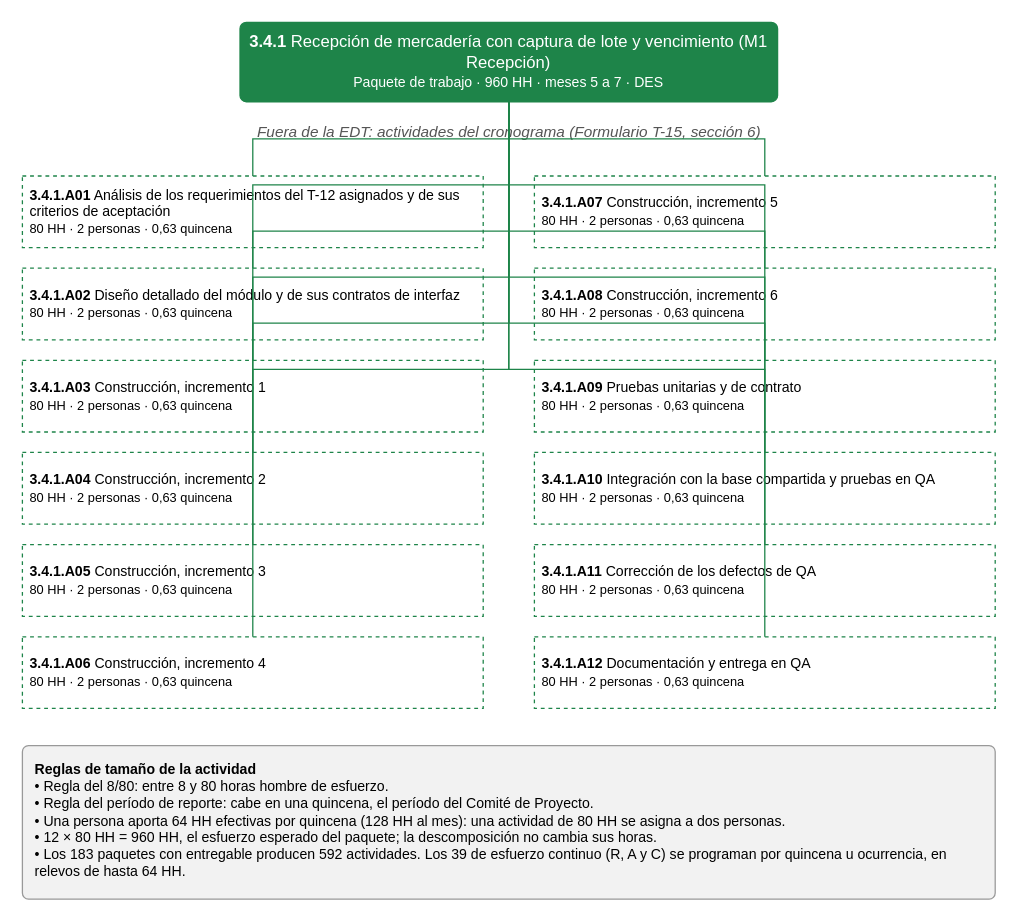
PatricioH315/LafroX keeps this draw.io diagram as page "Regla 8/80: paquete 3.4.1" (17 of 17) of 07_PlanDeTrabajo_EDT_Cronograma_Implantación/EDT_Puelche.drawio. Above is the earlier version. Source tidied: cells renumbered, new cells numbered last; positions are measured from the earlier drawing's top-left corner, leaving out a move shared by most shapes. Both pictures are drawn from the tidied source at 128%, with x=0, y=0 at pixel (22, 22).
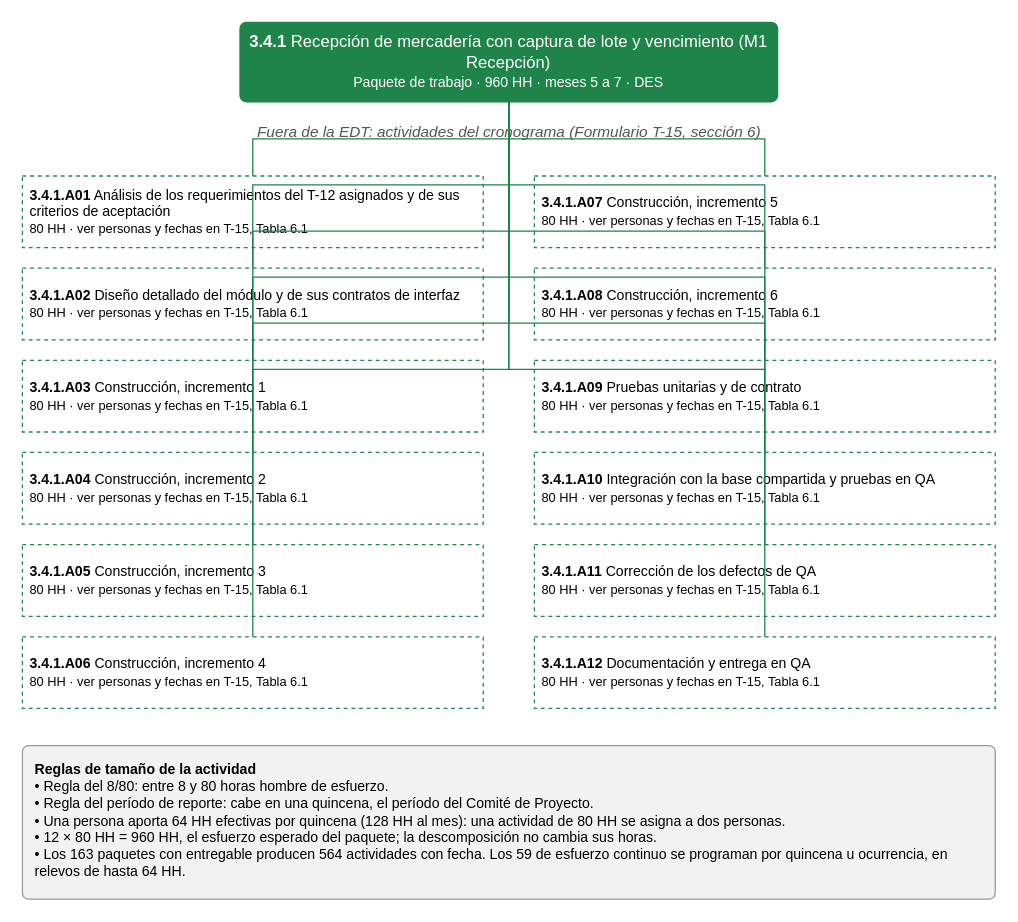
After the change.

Commit message (it also covers changes not shown here):
SD7 cronograma por actividad y SD8 cuantitativo

The edit, as a diff of the source:
```diff
@@
-    <mxCell id="4" value="&lt;b&gt;3.4.1.A01&lt;/b&gt; Análisis de los requerimientos del T-12 asignados y de sus criterios de aceptación&lt;br&gt;&lt;span style=&quot;font-size:10px&quot;&gt;80 HH · 2 personas · 0,63 quincena&lt;/span&gt;" style="rounded=0;whiteSpace=wrap;html=1;fillColor=#FFFFFF;strokeColor=#1E8449;dashed=1;fontSize=11;fontFamily=Arial;align=left;spacingLeft=4;" parent="1" vertex="1">
+    <mxCell id="4" value="&lt;b&gt;3.4.1.A01&lt;/b&gt; Análisis de los requerimientos del T-12 asignados y de sus criterios de aceptación&lt;br&gt;&lt;span style=&quot;font-size:10px&quot;&gt;80 HH · ver personas y fechas en T-15, Tabla 6.1&lt;/span&gt;" style="rounded=0;whiteSpace=wrap;html=1;fillColor=#FFFFFF;strokeColor=#1E8449;dashed=1;fontSize=11;fontFamily=Arial;align=left;spacingLeft=4;" parent="1" vertex="1">
       <mxGeometry y="120" width="360" height="56" as="geometry" />
     </mxCell>
@@
-    <mxCell id="6" value="&lt;b&gt;3.4.1.A02&lt;/b&gt; Diseño detallado del módulo y de sus contratos de interfaz&lt;br&gt;&lt;span style=&quot;font-size:10px&quot;&gt;80 HH · 2 personas · 0,63 quincena&lt;/span&gt;" style="rounded=0;whiteSpace=wrap;html=1;fillColor=#FFFFFF;strokeColor=#1E8449;dashed=1;fontSize=11;fontFamily=Arial;align=left;spacingLeft=4;" parent="1" vertex="1">
+    <mxCell id="6" value="&lt;b&gt;3.4.1.A02&lt;/b&gt; Diseño detallado del módulo y de sus contratos de interfaz&lt;br&gt;&lt;span style=&quot;font-size:10px&quot;&gt;80 HH · ver personas y fechas en T-15, Tabla 6.1&lt;/span&gt;" style="rounded=0;whiteSpace=wrap;html=1;fillColor=#FFFFFF;strokeColor=#1E8449;dashed=1;fontSize=11;fontFamily=Arial;align=left;spacingLeft=4;" parent="1" vertex="1">
       <mxGeometry y="192" width="360" height="56" as="geometry" />
     </mxCell>
@@
-    <mxCell id="8" value="&lt;b&gt;3.4.1.A03&lt;/b&gt; Construcción, incremento 1&lt;br&gt;&lt;span style=&quot;font-size:10px&quot;&gt;80 HH · 2 personas · 0,63 quincena&lt;/span&gt;" style="rounded=0;whiteSpace=wrap;html=1;fillColor=#FFFFFF;strokeColor=#1E8449;dashed=1;fontSize=11;fontFamily=Arial;align=left;spacingLeft=4;" parent="1" vertex="1">
+    <mxCell id="8" value="&lt;b&gt;3.4.1.A03&lt;/b&gt; Construcción, incremento 1&lt;br&gt;&lt;span style=&quot;font-size:10px&quot;&gt;80 HH · ver personas y fechas en T-15, Tabla 6.1&lt;/span&gt;" style="rounded=0;whiteSpace=wrap;html=1;fillColor=#FFFFFF;strokeColor=#1E8449;dashed=1;fontSize=11;fontFamily=Arial;align=left;spacingLeft=4;" parent="1" vertex="1">
       <mxGeometry y="264" width="360" height="56" as="geometry" />
     </mxCell>
@@
-    <mxCell id="10" value="&lt;b&gt;3.4.1.A04&lt;/b&gt; Construcción, incremento 2&lt;br&gt;&lt;span style=&quot;font-size:10px&quot;&gt;80 HH · 2 personas · 0,63 quincena&lt;/span&gt;" style="rounded=0;whiteSpace=wrap;html=1;fillColor=#FFFFFF;strokeColor=#1E8449;dashed=1;fontSize=11;fontFamily=Arial;align=left;spacingLeft=4;" parent="1" vertex="1">
+    <mxCell id="10" value="&lt;b&gt;3.4.1.A04&lt;/b&gt; Construcción, incremento 2&lt;br&gt;&lt;span style=&quot;font-size:10px&quot;&gt;80 HH · ver personas y fechas en T-15, Tabla 6.1&lt;/span&gt;" style="rounded=0;whiteSpace=wrap;html=1;fillColor=#FFFFFF;strokeColor=#1E8449;dashed=1;fontSize=11;fontFamily=Arial;align=left;spacingLeft=4;" parent="1" vertex="1">
       <mxGeometry y="336" width="360" height="56" as="geometry" />
     </mxCell>
@@
-    <mxCell id="12" value="&lt;b&gt;3.4.1.A05&lt;/b&gt; Construcción, incremento 3&lt;br&gt;&lt;span style=&quot;font-size:10px&quot;&gt;80 HH · 2 personas · 0,63 quincena&lt;/span&gt;" style="rounded=0;whiteSpace=wrap;html=1;fillColor=#FFFFFF;strokeColor=#1E8449;dashed=1;fontSize=11;fontFamily=Arial;align=left;spacingLeft=4;" parent="1" vertex="1">
+    <mxCell id="12" value="&lt;b&gt;3.4.1.A05&lt;/b&gt; Construcción, incremento 3&lt;br&gt;&lt;span style=&quot;font-size:10px&quot;&gt;80 HH · ver personas y fechas en T-15, Tabla 6.1&lt;/span&gt;" style="rounded=0;whiteSpace=wrap;html=1;fillColor=#FFFFFF;strokeColor=#1E8449;dashed=1;fontSize=11;fontFamily=Arial;align=left;spacingLeft=4;" parent="1" vertex="1">
       <mxGeometry y="408" width="360" height="56" as="geometry" />
     </mxCell>
@@
-    <mxCell id="14" value="&lt;b&gt;3.4.1.A06&lt;/b&gt; Construcción, incremento 4&lt;br&gt;&lt;span style=&quot;font-size:10px&quot;&gt;80 HH · 2 personas · 0,63 quincena&lt;/span&gt;" style="rounded=0;whiteSpace=wrap;html=1;fillColor=#FFFFFF;strokeColor=#1E8449;dashed=1;fontSize=11;fontFamily=Arial;align=left;spacingLeft=4;" parent="1" vertex="1">
+    <mxCell id="14" value="&lt;b&gt;3.4.1.A06&lt;/b&gt; Construcción, incremento 4&lt;br&gt;&lt;span style=&quot;font-size:10px&quot;&gt;80 HH · ver personas y fechas en T-15, Tabla 6.1&lt;/span&gt;" style="rounded=0;whiteSpace=wrap;html=1;fillColor=#FFFFFF;strokeColor=#1E8449;dashed=1;fontSize=11;fontFamily=Arial;align=left;spacingLeft=4;" parent="1" vertex="1">
       <mxGeometry y="480" width="360" height="56" as="geometry" />
     </mxCell>
@@
-    <mxCell id="16" value="&lt;b&gt;3.4.1.A07&lt;/b&gt; Construcción, incremento 5&lt;br&gt;&lt;span style=&quot;font-size:10px&quot;&gt;80 HH · 2 personas · 0,63 quincena&lt;/span&gt;" style="rounded=0;whiteSpace=wrap;html=1;fillColor=#FFFFFF;strokeColor=#1E8449;dashed=1;fontSize=11;fontFamily=Arial;align=left;spacingLeft=4;" parent="1" vertex="1">
+    <mxCell id="16" value="&lt;b&gt;3.4.1.A07&lt;/b&gt; Construcción, incremento 5&lt;br&gt;&lt;span style=&quot;font-size:10px&quot;&gt;80 HH · ver personas y fechas en T-15, Tabla 6.1&lt;/span&gt;" style="rounded=0;whiteSpace=wrap;html=1;fillColor=#FFFFFF;strokeColor=#1E8449;dashed=1;fontSize=11;fontFamily=Arial;align=left;spacingLeft=4;" parent="1" vertex="1">
       <mxGeometry x="400" y="120" width="360" height="56" as="geometry" />
     </mxCell>
@@
-    <mxCell id="18" value="&lt;b&gt;3.4.1.A08&lt;/b&gt; Construcción, incremento 6&lt;br&gt;&lt;span style=&quot;font-size:10px&quot;&gt;80 HH · 2 personas · 0,63 quincena&lt;/span&gt;" style="rounded=0;whiteSpace=wrap;html=1;fillColor=#FFFFFF;strokeColor=#1E8449;dashed=1;fontSize=11;fontFamily=Arial;align=left;spacingLeft=4;" parent="1" vertex="1">
+    <mxCell id="18" value="&lt;b&gt;3.4.1.A08&lt;/b&gt; Construcción, incremento 6&lt;br&gt;&lt;span style=&quot;font-size:10px&quot;&gt;80 HH · ver personas y fechas en T-15, Tabla 6.1&lt;/span&gt;" style="rounded=0;whiteSpace=wrap;html=1;fillColor=#FFFFFF;strokeColor=#1E8449;dashed=1;fontSize=11;fontFamily=Arial;align=left;spacingLeft=4;" parent="1" vertex="1">
       <mxGeometry x="400" y="192" width="360" height="56" as="geometry" />
     </mxCell>
@@
-    <mxCell id="20" value="&lt;b&gt;3.4.1.A09&lt;/b&gt; Pruebas unitarias y de contrato&lt;br&gt;&lt;span style=&quot;font-size:10px&quot;&gt;80 HH · 2 personas · 0,63 quincena&lt;/span&gt;" style="rounded=0;whiteSpace=wrap;html=1;fillColor=#FFFFFF;strokeColor=#1E8449;dashed=1;fontSize=11;fontFamily=Arial;align=left;spacingLeft=4;" parent="1" vertex="1">
+    <mxCell id="20" value="&lt;b&gt;3.4.1.A09&lt;/b&gt; Pruebas unitarias y de contrato&lt;br&gt;&lt;span style=&quot;font-size:10px&quot;&gt;80 HH · ver personas y fechas en T-15, Tabla 6.1&lt;/span&gt;" style="rounded=0;whiteSpace=wrap;html=1;fillColor=#FFFFFF;strokeColor=#1E8449;dashed=1;fontSize=11;fontFamily=Arial;align=left;spacingLeft=4;" parent="1" vertex="1">
       <mxGeometry x="400" y="264" width="360" height="56" as="geometry" />
     </mxCell>
@@
-    <mxCell id="22" value="&lt;b&gt;3.4.1.A10&lt;/b&gt; Integración con la base compartida y pruebas en QA&lt;br&gt;&lt;span style=&quot;font-size:10px&quot;&gt;80 HH · 2 personas · 0,63 quincena&lt;/span&gt;" style="rounded=0;whiteSpace=wrap;html=1;fillColor=#FFFFFF;strokeColor=#1E8449;dashed=1;fontSize=11;fontFamily=Arial;align=left;spacingLeft=4;" parent="1" vertex="1">
+    <mxCell id="22" value="&lt;b&gt;3.4.1.A10&lt;/b&gt; Integración con la base compartida y pruebas en QA&lt;br&gt;&lt;span style=&quot;font-size:10px&quot;&gt;80 HH · ver personas y fechas en T-15, Tabla 6.1&lt;/span&gt;" style="rounded=0;whiteSpace=wrap;html=1;fillColor=#FFFFFF;strokeColor=#1E8449;dashed=1;fontSize=11;fontFamily=Arial;align=left;spacingLeft=4;" parent="1" vertex="1">
       <mxGeometry x="400" y="336" width="360" height="56" as="geometry" />
     </mxCell>
@@
-    <mxCell id="24" value="&lt;b&gt;3.4.1.A11&lt;/b&gt; Corrección de los defectos de QA&lt;br&gt;&lt;span style=&quot;font-size:10px&quot;&gt;80 HH · 2 personas · 0,63 quincena&lt;/span&gt;" style="rounded=0;whiteSpace=wrap;html=1;fillColor=#FFFFFF;strokeColor=#1E8449;dashed=1;fontSize=11;fontFamily=Arial;align=left;spacingLeft=4;" parent="1" vertex="1">
+    <mxCell id="24" value="&lt;b&gt;3.4.1.A11&lt;/b&gt; Corrección de los defectos de QA&lt;br&gt;&lt;span style=&quot;font-size:10px&quot;&gt;80 HH · ver personas y fechas en T-15, Tabla 6.1&lt;/span&gt;" style="rounded=0;whiteSpace=wrap;html=1;fillColor=#FFFFFF;strokeColor=#1E8449;dashed=1;fontSize=11;fontFamily=Arial;align=left;spacingLeft=4;" parent="1" vertex="1">
       <mxGeometry x="400" y="408" width="360" height="56" as="geometry" />
     </mxCell>
@@
-    <mxCell id="26" value="&lt;b&gt;3.4.1.A12&lt;/b&gt; Documentación y entrega en QA&lt;br&gt;&lt;span style=&quot;font-size:10px&quot;&gt;80 HH · 2 personas · 0,63 quincena&lt;/span&gt;" style="rounded=0;whiteSpace=wrap;html=1;fillColor=#FFFFFF;strokeColor=#1E8449;dashed=1;fontSize=11;fontFamily=Arial;align=left;spacingLeft=4;" parent="1" vertex="1">
+    <mxCell id="26" value="&lt;b&gt;3.4.1.A12&lt;/b&gt; Documentación y entrega en QA&lt;br&gt;&lt;span style=&quot;font-size:10px&quot;&gt;80 HH · ver personas y fechas en T-15, Tabla 6.1&lt;/span&gt;" style="rounded=0;whiteSpace=wrap;html=1;fillColor=#FFFFFF;strokeColor=#1E8449;dashed=1;fontSize=11;fontFamily=Arial;align=left;spacingLeft=4;" parent="1" vertex="1">
       <mxGeometry x="400" y="480" width="360" height="56" as="geometry" />
     </mxCell>
@@
-    <mxCell id="28" value="&lt;b&gt;Reglas de tamaño de la actividad&lt;/b&gt;&lt;br&gt;• Regla del 8/80: entre 8 y 80 horas hombre de esfuerzo.&lt;br&gt;• Regla del período de reporte: cabe en una quincena, el período del Comité de Proyecto.&lt;br&gt;• Una persona aporta 64 HH efectivas por quincena (128 HH al mes): una actividad de 80 HH se asigna a dos personas.&lt;br&gt;• 12 × 80 HH = 960 HH, el esfuerzo esperado del paquete; la descomposición no cambia sus horas.&lt;br&gt;• Los 183 paquetes con entregable producen 592 actividades. Los 39 de esfuerzo continuo (R, A y C) se programan por quincena u ocurrencia, en relevos de hasta 64 HH." style="rounded=1;arcSize=4;whiteSpace=wrap;html=1;fillColor=#F2F2F2;strokeColor=#999999;fontSize=11;fontFamily=Arial;align=left;verticalAlign=top;spacingLeft=8;spacingTop=6;" parent="1" vertex="1">
+    <mxCell id="28" value="&lt;b&gt;Reglas de tamaño de la actividad&lt;/b&gt;&lt;br&gt;• Regla del 8/80: entre 8 y 80 horas hombre de esfuerzo.&lt;br&gt;• Regla del período de reporte: cabe en una quincena, el período del Comité de Proyecto.&lt;br&gt;• Una persona aporta 64 HH efectivas por quincena (128 HH al mes): una actividad de 80 HH se asigna a dos personas.&lt;br&gt;• 12 × 80 HH = 960 HH, el esfuerzo esperado del paquete; la descomposición no cambia sus horas.&lt;br&gt;• Los 163 paquetes con entregable producen 564 actividades con fecha. Los 59 de esfuerzo continuo se programan por quincena u ocurrencia, en relevos de hasta 64 HH." style="rounded=1;arcSize=4;whiteSpace=wrap;html=1;fillColor=#F2F2F2;strokeColor=#999999;fontSize=11;fontFamily=Arial;align=left;verticalAlign=top;spacingLeft=8;spacingTop=6;" parent="1" vertex="1">
       <mxGeometry y="565" width="760" height="120" as="geometry" />
     </mxCell>
```
